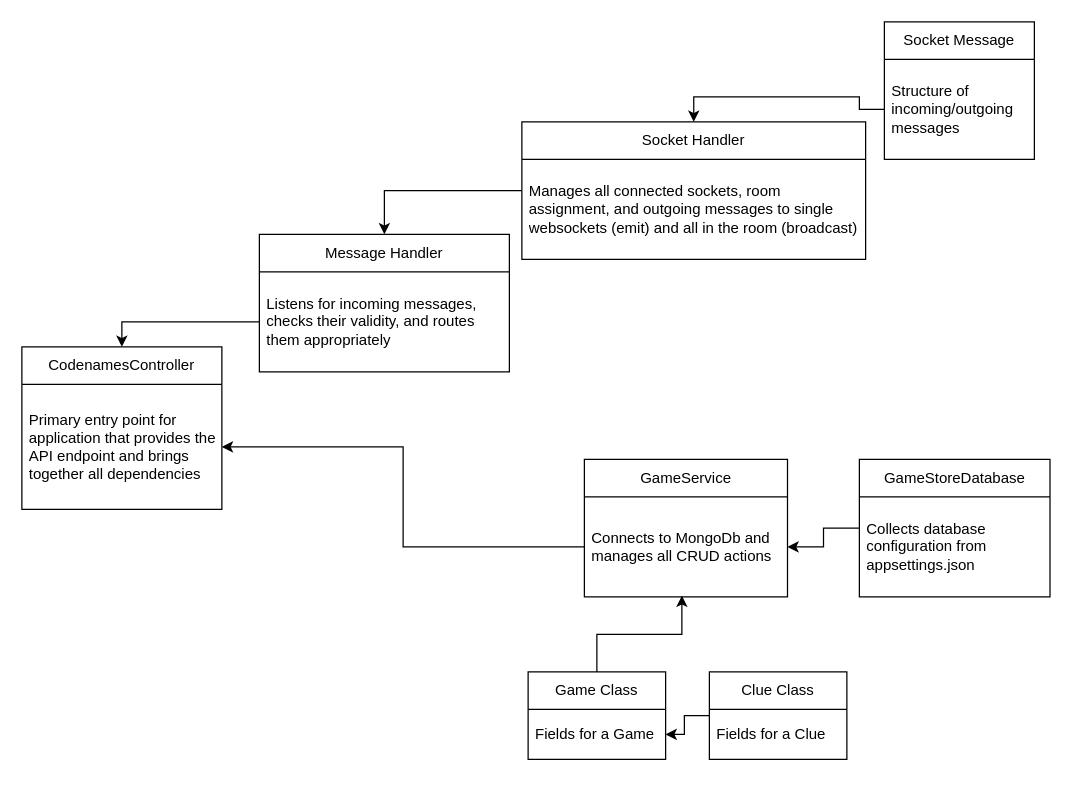
The draw.io diagram CodenamesServer.drawio in rrramsurrun/CodenamesDotnet, before the edit. Source tidied: cells renumbered, new cells numbered last; positions are measured from the earlier drawing's top-left corner, leaving out a move shared by most shapes. Both pictures are drawn from the tidied source at 125%, with x=0, y=0 at pixel (21, 21).
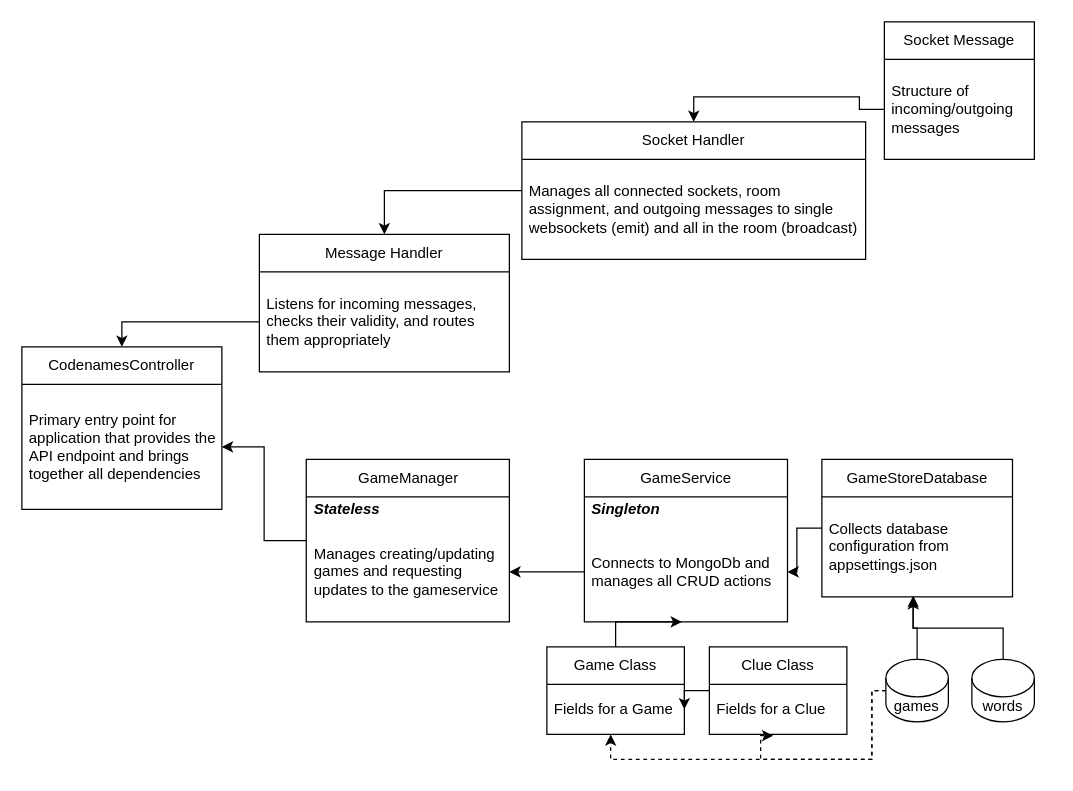
Above is the later version.

Commit message (it also covers changes not shown here):
Added Game Manager, added words and codex to game object

Unchanged cells that the change refers to:
```xml
<mxCell id="3" value="Primary entry point for application that provides the API endpoint and brings together all dependencies" style="text;strokeColor=none;fillColor=none;align=left;verticalAlign=middle;spacingLeft=4;spacingRight=4;overflow=hidden;points=[[0,0.5],[1,0.5]];portConstraint=eastwest;whiteSpace=wrap;html=1;" parent="2" vertex="1">
  <mxGeometry y="30" width="160" height="100" as="geometry" />
</mxCell>
<mxCell id="15" value="Collects database configuration from appsettings.json" style="text;strokeColor=none;fillColor=none;align=left;verticalAlign=middle;spacingLeft=4;spacingRight=4;overflow=hidden;points=[[0,0.5],[1,0.5]];portConstraint=eastwest;whiteSpace=wrap;html=1;" parent="14" vertex="1">
  <mxGeometry y="30" width="152.5" height="80" as="geometry" />
</mxCell>
<mxCell id="19" value="Fields for a Game" style="text;strokeColor=none;fillColor=none;align=left;verticalAlign=middle;spacingLeft=4;spacingRight=4;overflow=hidden;points=[[0,0.5],[1,0.5]];portConstraint=eastwest;whiteSpace=wrap;html=1;" parent="18" vertex="1">
  <mxGeometry y="30" width="110" height="40" as="geometry" />
</mxCell>
<mxCell id="22" value="Fields for a Clue" style="text;strokeColor=none;fillColor=none;align=left;verticalAlign=middle;spacingLeft=4;spacingRight=4;overflow=hidden;points=[[0,0.5],[1,0.5]];portConstraint=eastwest;whiteSpace=wrap;html=1;" parent="21" vertex="1">
  <mxGeometry y="30" width="110" height="40" as="geometry" />
</mxCell>
```

Change to the diagram source:
```diff
@@
     <mxCell id="14" value="GameStoreDatabase" style="swimlane;fontStyle=0;horizontal=1;startSize=30;whiteSpace=wrap;html=1;" parent="1" vertex="1">
-      <mxGeometry x="670" y="350" width="152.5" height="110" as="geometry" />
+      <mxGeometry x="640" y="350" width="152.5" height="110" as="geometry" />
     </mxCell>
@@
     <mxCell id="16" value="GameService" style="swimlane;fontStyle=0;horizontal=1;startSize=30;whiteSpace=wrap;html=1;" parent="1" vertex="1">
-      <mxGeometry x="450" y="350" width="162.5" height="110" as="geometry" />
+      <mxGeometry x="450" y="350" width="162.5" height="130" as="geometry" />
     </mxCell>
+    <mxCell id="25" value="&lt;b&gt;&lt;i&gt;Singleton&lt;/i&gt;&lt;/b&gt;" style="text;strokeColor=none;fillColor=none;align=left;verticalAlign=middle;spacingLeft=4;spacingRight=4;overflow=hidden;whiteSpace=wrap;html=1;" parent="16" vertex="1">
+      <mxGeometry y="30" width="162.5" height="20" as="geometry" />
+    </mxCell>
     <mxCell id="17" value="Connects to MongoDb and manages all CRUD actions" style="text;strokeColor=none;fillColor=none;align=left;verticalAlign=middle;spacingLeft=4;spacingRight=4;overflow=hidden;points=[[0,0.5],[1,0.5]];portConstraint=eastwest;whiteSpace=wrap;html=1;" parent="16" vertex="1">
-      <mxGeometry y="30" width="162.5" height="80" as="geometry" />
+      <mxGeometry y="50" width="162.5" height="80" as="geometry" />
     </mxCell>
     <mxCell id="18" value="Game Class" style="swimlane;fontStyle=0;horizontal=1;startSize=30;whiteSpace=wrap;html=1;" parent="1" vertex="1">
-      <mxGeometry x="405" y="520" width="110" height="70" as="geometry" />
+      <mxGeometry x="420" y="500" width="110" height="70" as="geometry" />
     </mxCell>
@@
     <mxCell id="21" value="Clue Class" style="swimlane;fontStyle=0;horizontal=1;startSize=30;whiteSpace=wrap;html=1;" parent="1" vertex="1">
-      <mxGeometry x="550" y="520" width="110" height="70" as="geometry" />
+      <mxGeometry x="550" y="500" width="110" height="70" as="geometry" />
     </mxCell>
@@
-    <mxCell id="24" style="edgeStyle=orthogonalEdgeStyle;rounded=0;jettySize=auto;html=1;entryX=1;entryY=0.5;entryDx=0;entryDy=0;" parent="1" edge="1" source="17" target="3">
+    <mxCell id="24" style="edgeStyle=orthogonalEdgeStyle;rounded=0;jettySize=auto;html=1;entryX=1;entryY=0.5;entryDx=0;entryDy=0;" parent="1" edge="1" source="17" target="35">
       <mxGeometry relative="1" as="geometry" />
     </mxCell>
+    <mxCell id="26" value="games" style="shape=cylinder3;whiteSpace=wrap;html=1;boundedLbl=1;backgroundOutline=1;size=15;" parent="1" vertex="1">
+      <mxGeometry x="691.2" y="510" width="50" height="50" as="geometry" />
+    </mxCell>
+    <mxCell id="27" value="words" style="shape=cylinder3;whiteSpace=wrap;html=1;boundedLbl=1;backgroundOutline=1;size=15;" parent="1" vertex="1">
+      <mxGeometry x="760" y="510" width="50" height="50" as="geometry" />
+    </mxCell>
+    <mxCell id="28" style="edgeStyle=orthogonalEdgeStyle;rounded=0;jettySize=auto;html=1;entryX=0.479;entryY=1.013;entryDx=0;entryDy=0;entryPerimeter=0;" parent="1" edge="1" source="26" target="15">
+      <mxGeometry relative="1" as="geometry" />
+    </mxCell>
+    <mxCell id="29" style="edgeStyle=orthogonalEdgeStyle;rounded=0;jettySize=auto;html=1;entryX=0.479;entryY=0.988;entryDx=0;entryDy=0;entryPerimeter=0;" parent="1" edge="1" source="27" target="15">
+      <mxGeometry relative="1" as="geometry" />
+    </mxCell>
+    <mxCell id="30" style="edgeStyle=orthogonalEdgeStyle;rounded=0;jettySize=auto;html=1;entryX=0.464;entryY=1;entryDx=0;entryDy=0;entryPerimeter=0;dashed=1;" parent="1" edge="1" source="26" target="19">
+      <mxGeometry relative="1" as="geometry">
+        <Array as="points">
+          <mxPoint x="680" y="535" />
+          <mxPoint x="680" y="590" />
+          <mxPoint x="471" y="590" />
+        </Array>
+      </mxGeometry>
+    </mxCell>
+    <mxCell id="31" style="edgeStyle=orthogonalEdgeStyle;rounded=0;jettySize=auto;html=1;entryX=0.464;entryY=1.025;entryDx=0;entryDy=0;entryPerimeter=0;dashed=1;" parent="1" edge="1" source="26" target="22">
+      <mxGeometry relative="1" as="geometry">
+        <Array as="points">
+          <mxPoint x="680" y="535" />
+          <mxPoint x="680" y="590" />
+          <mxPoint x="591" y="590" />
+        </Array>
+      </mxGeometry>
+    </mxCell>
+    <mxCell id="32" style="edgeStyle=orthogonalEdgeStyle;rounded=0;jettySize=auto;html=1;entryX=1;entryY=0.5;entryDx=0;entryDy=0;" parent="1" edge="1" source="33" target="3">
+      <mxGeometry relative="1" as="geometry" />
+    </mxCell>
+    <mxCell id="33" value="GameManager" style="swimlane;fontStyle=0;horizontal=1;startSize=30;whiteSpace=wrap;html=1;" parent="1" vertex="1">
+      <mxGeometry x="227.5" y="350" width="162.5" height="130" as="geometry" />
+    </mxCell>
+    <mxCell id="34" value="&lt;i&gt;&lt;b&gt;Stateless&lt;/b&gt;&lt;/i&gt;" style="text;strokeColor=none;fillColor=none;align=left;verticalAlign=middle;spacingLeft=4;spacingRight=4;overflow=hidden;whiteSpace=wrap;html=1;" parent="33" vertex="1">
+      <mxGeometry y="30" width="162.5" height="20" as="geometry" />
+    </mxCell>
+    <mxCell id="35" value="Manages creating/updating games and requesting updates to the gameservice" style="text;strokeColor=none;fillColor=none;align=left;verticalAlign=middle;spacingLeft=4;spacingRight=4;overflow=hidden;points=[[0,0.5],[1,0.5]];portConstraint=eastwest;whiteSpace=wrap;html=1;" parent="33" vertex="1">
+      <mxGeometry y="50" width="162.5" height="80" as="geometry" />
+    </mxCell>
```
